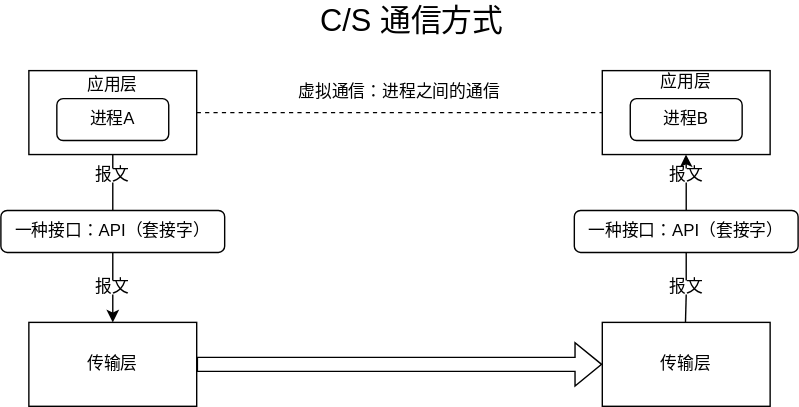
Before: 网络应用通信基本原理.svg, a diagram exported from draw.io (hrenx/drawio). Source tidied: cells renumbered, new cells last; positions are measured from the earlier drawing's top-left corner, leaving out a move shared by most shapes.
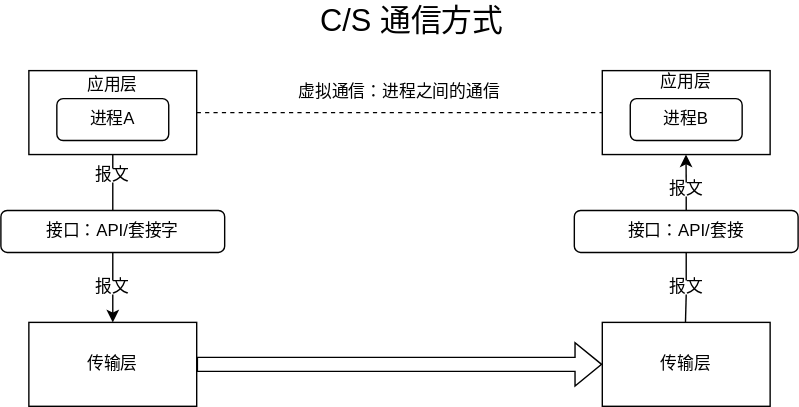
After the change.

Commit message:
更新网络应用通信基本原理.svg

The edit, as a diff of the source:
```diff
@@ -59,7 +59,7 @@
     <mxCell id="20" value="报文" style="text;html=1;strokeColor=none;fillColor=none;align=center;verticalAlign=middle;whiteSpace=wrap;rounded=0;" parent="1" vertex="1">
       <mxGeometry x="60" y="200" width="40" height="10" as="geometry" />
     </mxCell>
-    <mxCell id="21" value="一种接口：API（套接字）" style="text;html=1;strokeColor=none;fillColor=none;align=center;verticalAlign=middle;whiteSpace=wrap;rounded=0;" parent="1" vertex="1">
+    <mxCell id="21" value="接口：API/套接字" style="text;html=1;strokeColor=none;fillColor=none;align=center;verticalAlign=middle;whiteSpace=wrap;rounded=0;" parent="1" vertex="1">
       <mxGeometry x="5" y="160" width="150" height="10" as="geometry" />
     </mxCell>
     <mxCell id="22" style="endArrow=none;html=1;rounded=0;entryX=0.5;entryY=0;entryDx=0;entryDy=0;" parent="1" edge="1" target="19">
@@ -82,12 +82,12 @@
       <mxGeometry x="410" y="150" width="160" height="30" as="geometry" />
     </mxCell>
     <mxCell id="27" value="报文" style="text;html=1;strokeColor=none;fillColor=none;align=center;verticalAlign=middle;whiteSpace=wrap;rounded=0;" parent="1" vertex="1">
-      <mxGeometry x="470" y="120" width="40" height="10" as="geometry" />
+      <mxGeometry x="470" y="130" width="40" height="10" as="geometry" />
     </mxCell>
     <mxCell id="28" value="报文" style="text;html=1;strokeColor=none;fillColor=none;align=center;verticalAlign=middle;whiteSpace=wrap;rounded=0;" parent="1" vertex="1">
       <mxGeometry x="470" y="200" width="40" height="10" as="geometry" />
     </mxCell>
-    <mxCell id="29" value="一种接口：API（套接字）" style="text;html=1;strokeColor=none;fillColor=none;align=center;verticalAlign=middle;whiteSpace=wrap;rounded=0;" parent="1" vertex="1">
+    <mxCell id="29" value="接口：API/套接" style="text;html=1;strokeColor=none;fillColor=none;align=center;verticalAlign=middle;whiteSpace=wrap;rounded=0;" parent="1" vertex="1">
       <mxGeometry x="415" y="160" width="150" height="10" as="geometry" />
     </mxCell>
     <mxCell id="30" style="endArrow=none;html=1;rounded=0;exitX=0.5;exitY=1;exitDx=0;exitDy=0;" parent="1" edge="1" source="27">
```
